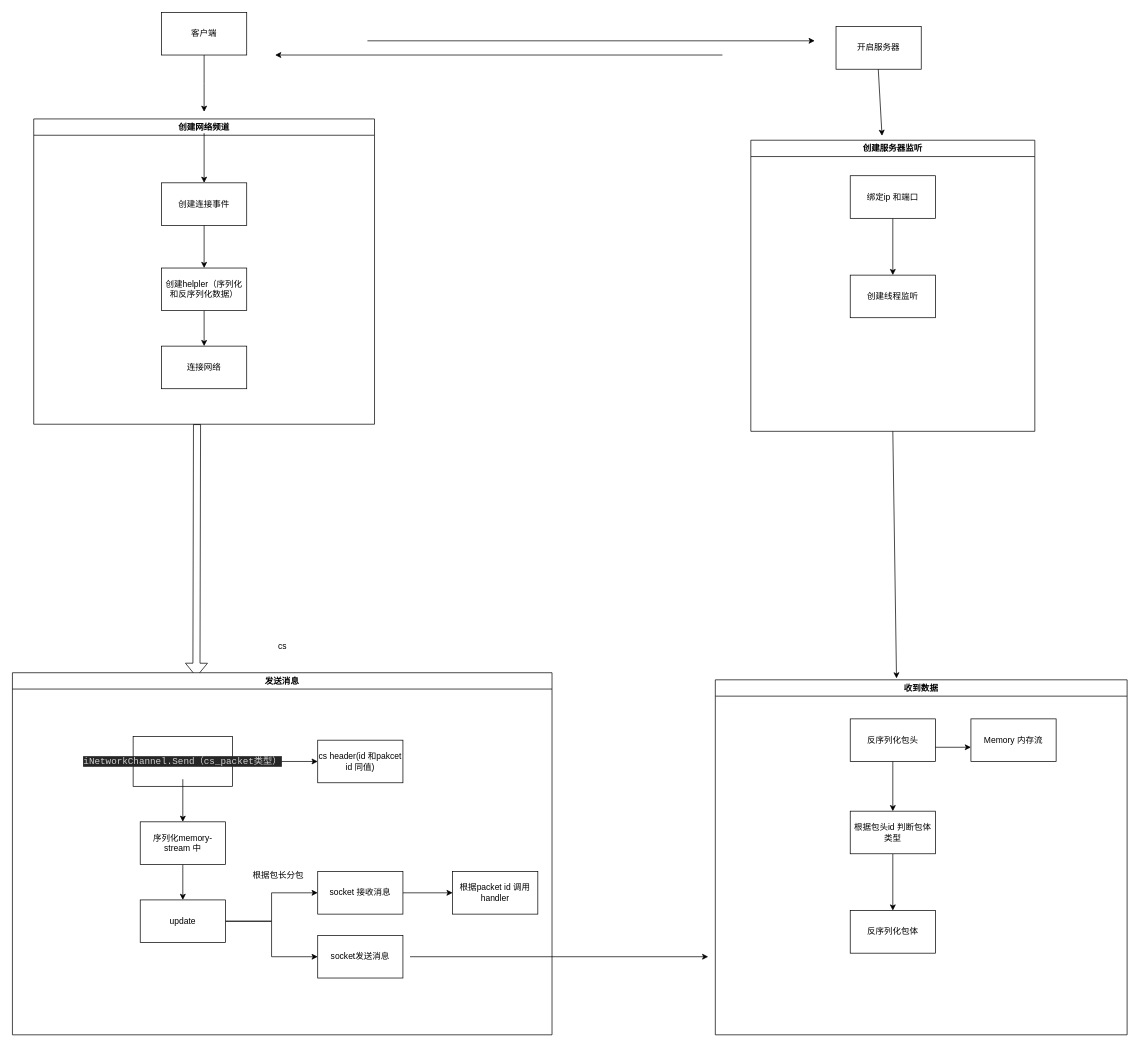
The draw.io diagram page "网络" (2 of 2) of GameFramework/GF 使用流程.drawio in xzp3094997376/DrawIO, before the edit. Source tidied: cells renumbered, new cells numbered last; positions are measured from the earlier drawing's top-left corner, leaving out a move shared by most shapes. Both pictures are drawn from the tidied source at 71%, with x=0, y=0 at pixel (12, 12).
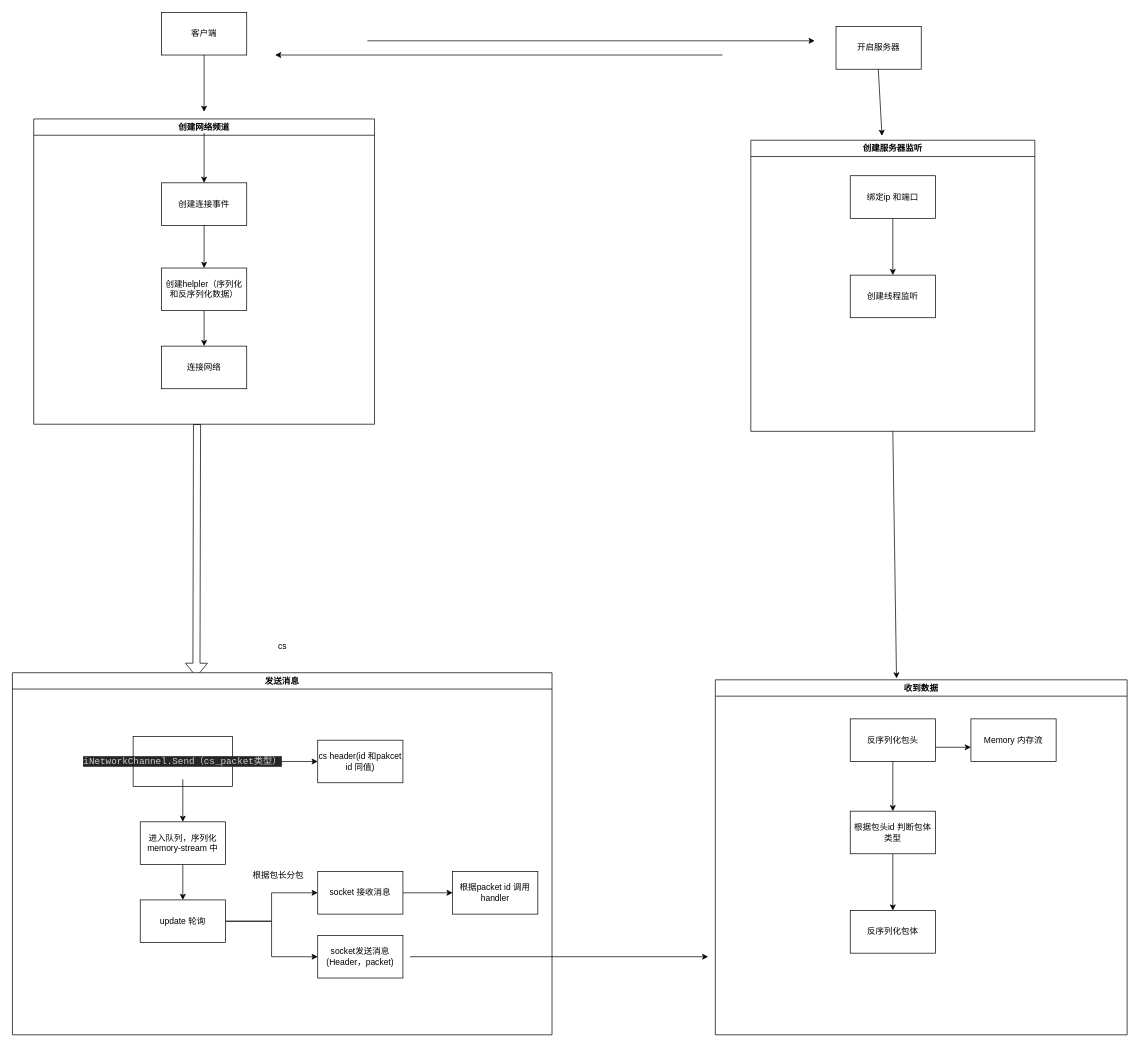
The same page after the edit.

Commit message:
更新GF 使用流程.drawio

Unchanged cells that the change refers to:
```xml
<mxCell id="15" value="发送消息" style="swimlane;whiteSpace=wrap;html=1;" parent="1" vertex="1">
  <mxGeometry y="930" width="760" height="510" as="geometry" />
</mxCell>
```

Diff of the diagram source:
```diff
@@
-    <mxCell id="19" value="序列化memory-stream 中" style="whiteSpace=wrap;html=1;" parent="15" vertex="1">
+    <mxCell id="19" value="进入队列，序列化memory-stream 中" style="whiteSpace=wrap;html=1;" parent="15" vertex="1">
       <mxGeometry x="180" y="210" width="120" height="60" as="geometry" />
     </mxCell>
@@
-    <mxCell id="23" value="update" style="whiteSpace=wrap;html=1;" parent="15" vertex="1">
+    <mxCell id="23" value="update 轮询" style="whiteSpace=wrap;html=1;" parent="15" vertex="1">
       <mxGeometry x="180" y="320" width="120" height="60" as="geometry" />
     </mxCell>
@@
-    <mxCell id="27" value="socket发送消息" style="whiteSpace=wrap;html=1;" parent="15" vertex="1">
+    <mxCell id="27" value="socket发送消息(Header，packet)" style="whiteSpace=wrap;html=1;" parent="15" vertex="1">
       <mxGeometry x="430" y="370" width="120" height="60" as="geometry" />
     </mxCell>
```
